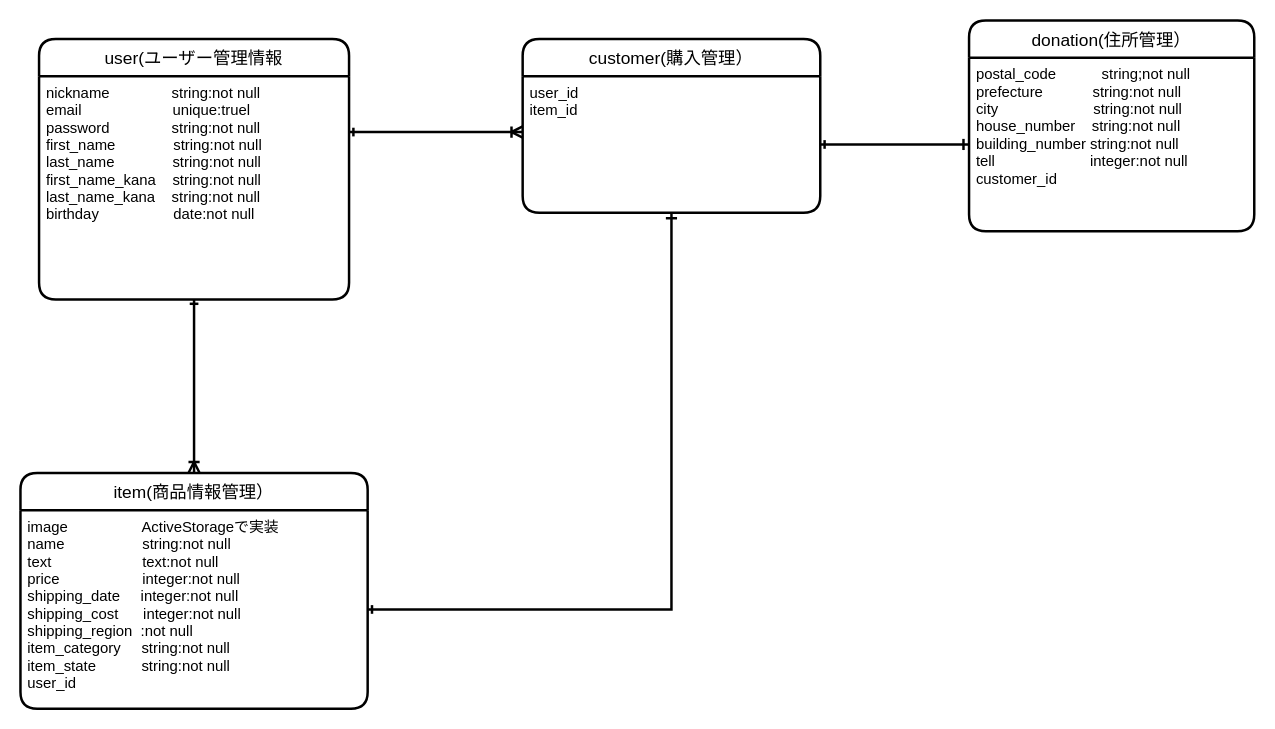
The draw.io diagram app/views/orders/furima.dio in yuuffff1212/furima-32631, before the edit. Source tidied: cells renumbered, new cells numbered last; positions are measured from the earlier drawing's top-left corner, leaving out a move shared by most shapes. Both pictures are drawn from the tidied source at 124%, with x=0, y=0 at pixel (20, 20).
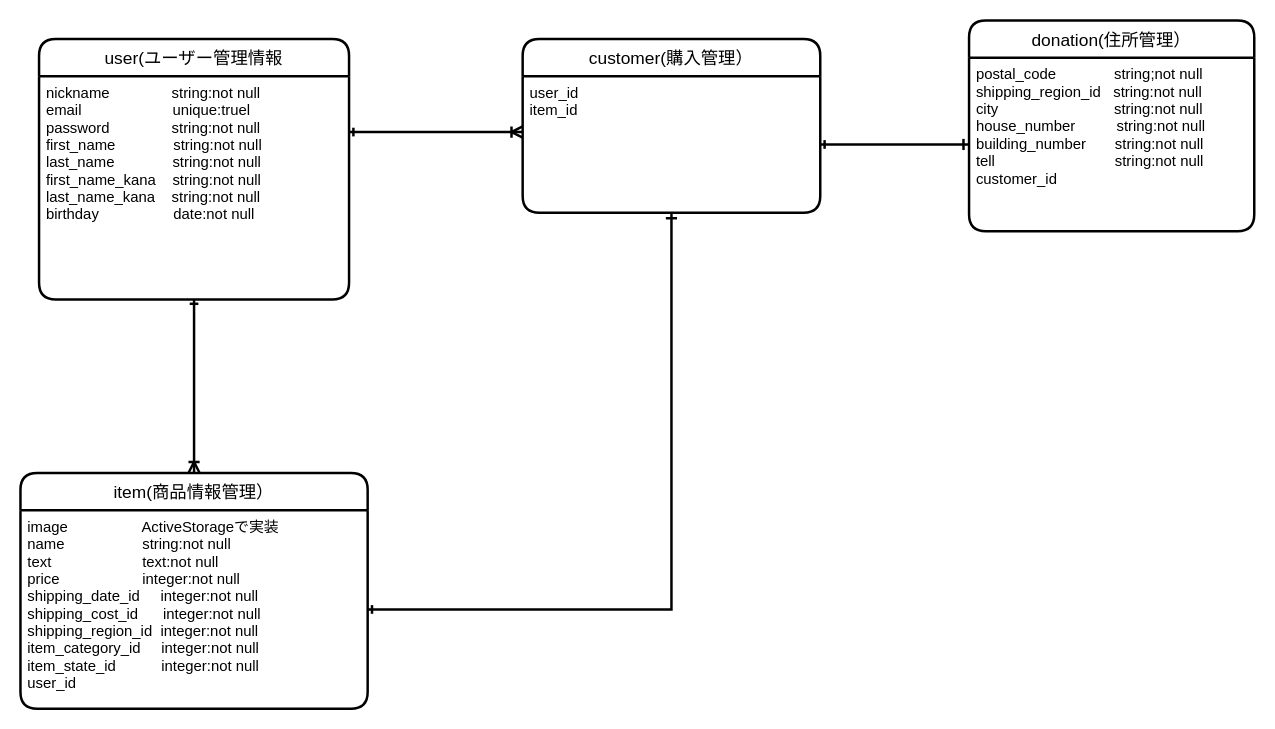
The same page after the edit.

Commit message (it also covers changes not shown here):
データベース設計の修正(3回目)

What changed in the source:
```diff
@@
 <mxGraphModel>
   <root>
     <mxCell id="0" />
     <mxCell id="1" parent="0" />
     <mxCell id="2" value="user(ユーザー管理情報" style="swimlane;horizontal=1;startSize=30;rounded=1;fontSize=14;fontStyle=0;strokeWidth=2;shadow=0;dashed=0;align=center;" parent="1" vertex="1">
       <mxGeometry x="15" y="15" width="250" height="210" as="geometry" />
     </mxCell>
     <mxCell id="3" value="nickname               string:not null&#10;email                      unique:truel         &#10;password               string:not null&#10;first_name              string:not null&#10;last_name              string:not null&#10;first_name_kana    string:not null&#10;last_name_kana    string:not null&#10;birthday                  date:not null" style="align=left;strokeColor=none;fillColor=none;spacingLeft=4;fontSize=12;verticalAlign=top;" parent="2" vertex="1">
       <mxGeometry y="30" width="250" height="180" as="geometry" />
     </mxCell>
     <mxCell id="4" value="customer(購入管理）" style="swimlane;horizontal=1;startSize=30;rounded=1;fontSize=14;fontStyle=0;strokeWidth=2;shadow=0;dashed=0;align=center;" parent="1" vertex="1">
       <mxGeometry x="405" y="15" width="240" height="140" as="geometry" />
     </mxCell>
     <mxCell id="5" value="user_id                  &#10;item_id" style="align=left;strokeColor=none;fillColor=none;spacingLeft=4;fontSize=12;verticalAlign=top;" parent="4" vertex="1">
       <mxGeometry y="30" width="240" height="110" as="geometry" />
     </mxCell>
     <mxCell id="6" style="edgeStyle=orthogonalEdgeStyle;rounded=0;jettySize=auto;html=1;exitX=1;exitY=0.25;exitDx=0;exitDy=0;startArrow=ERone;startFill=0;startSize=4;sourcePerimeterSpacing=0;endArrow=ERoneToMany;endFill=0;targetPerimeterSpacing=0;strokeWidth=2;" parent="1" edge="1" source="3">
       <mxGeometry relative="1" as="geometry">
         <mxPoint x="405" y="90" as="targetPoint" />
       </mxGeometry>
     </mxCell>
     <mxCell id="7" value="donation(住所管理）" style="swimlane;horizontal=1;startSize=30;rounded=1;fontSize=14;fontStyle=0;strokeWidth=2;shadow=0;dashed=0;align=center;" parent="1" vertex="1">
       <mxGeometry x="765" width="230" height="170" as="geometry" />
     </mxCell>
-    <mxCell id="8" value="postal_code           string;not null&#10;prefecture            string:not null&#10;city                       string:not null&#10;house_number    string:not null&#10;building_number string:not null&#10;tell                       integer:not null&#10;customer_id" style="align=left;strokeColor=none;fillColor=none;spacingLeft=4;fontSize=12;verticalAlign=top;" parent="7" vertex="1">
+    <mxCell id="8" value="postal_code              string;not null&#10;shipping_region_id   string:not null&#10;city                            string:not null&#10;house_number          string:not null&#10;building_number       string:not null&#10;tell                             string:not null&#10;customer_id" style="align=left;strokeColor=none;fillColor=none;spacingLeft=4;fontSize=12;verticalAlign=top;" parent="7" vertex="1">
       <mxGeometry y="30" width="230" height="140" as="geometry" />
     </mxCell>
     <mxCell id="9" value="item(商品情報管理）" style="swimlane;horizontal=1;startSize=30;rounded=1;fontSize=14;fontStyle=0;strokeWidth=2;shadow=0;dashed=0;align=center;" parent="1" vertex="1">
       <mxGeometry y="365" width="280" height="190" as="geometry" />
     </mxCell>
-    <mxCell id="10" value="image                  ActiveStorageで実装&#10;name　　　        string:not null&#10;text                      text:not null&#10;price                    integer:not null&#10;shipping_date     integer:not null&#10;shipping_cost      integer:not null&#10;shipping_region  :not null&#10;item_category     string:not null&#10;item_state           string:not null&#10;user_id&#10;" style="align=left;strokeColor=none;fillColor=none;spacingLeft=4;fontSize=12;verticalAlign=top;" parent="9" vertex="1">
+    <mxCell id="10" value="image                  ActiveStorageで実装&#10;name　　　        string:not null&#10;text                      text:not null&#10;price                    integer:not null&#10;shipping_date_id     integer:not null&#10;shipping_cost_id      integer:not null&#10;shipping_region_id  integer:not null&#10;item_category_id     integer:not null&#10;item_state_id           integer:not null&#10;user_id&#10;" style="align=left;strokeColor=none;fillColor=none;spacingLeft=4;fontSize=12;verticalAlign=top;" parent="9" vertex="1">
       <mxGeometry y="30" width="280" height="160" as="geometry" />
     </mxCell>
     <mxCell id="11" style="edgeStyle=orthogonalEdgeStyle;rounded=0;jettySize=auto;html=1;exitX=0.5;exitY=1;exitDx=0;exitDy=0;entryX=0.5;entryY=0;entryDx=0;entryDy=0;startArrow=ERone;startFill=0;startSize=4;sourcePerimeterSpacing=0;endArrow=ERoneToMany;endFill=0;targetPerimeterSpacing=0;strokeWidth=2;" parent="1" edge="1" source="3" target="9">
       <mxGeometry relative="1" as="geometry">
         <Array as="points">
           <mxPoint x="140" y="355" />
         </Array>
       </mxGeometry>
     </mxCell>
     <mxCell id="12" style="edgeStyle=orthogonalEdgeStyle;rounded=0;jettySize=auto;html=1;entryX=0;entryY=0.5;entryDx=0;entryDy=0;startArrow=ERone;startFill=0;startSize=4;sourcePerimeterSpacing=0;endArrow=ERone;endFill=0;targetPerimeterSpacing=0;strokeWidth=2;" parent="1" edge="1" source="5" target="8">
       <mxGeometry relative="1" as="geometry" />
     </mxCell>
     <mxCell id="13" style="edgeStyle=orthogonalEdgeStyle;rounded=0;jettySize=auto;html=1;entryX=0.5;entryY=1;entryDx=0;entryDy=0;startArrow=ERone;startFill=0;startSize=4;sourcePerimeterSpacing=0;endArrow=ERone;endFill=0;targetPerimeterSpacing=0;strokeWidth=2;" parent="1" edge="1" source="10" target="5">
       <mxGeometry relative="1" as="geometry" />
     </mxCell>
   </root>
 </mxGraphModel>
```
